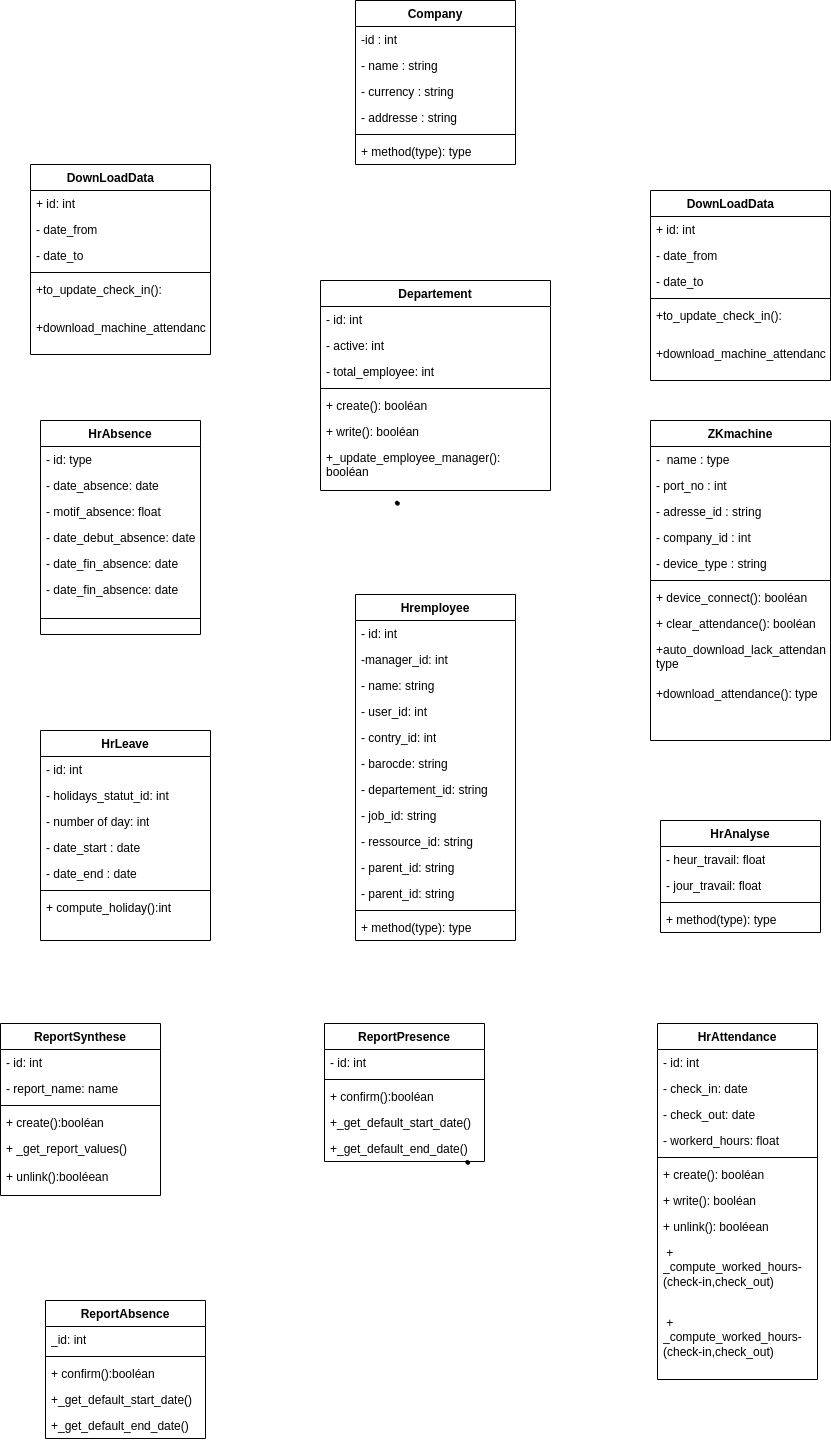
Earlier version of the draw.io export static/Diagramme de classe.drawio.png (Siluearsene/borne_biometrique). Source tidied: cells renumbered, new cells last; positions are measured from the earlier drawing's top-left corner, leaving out a move shared by most shapes.
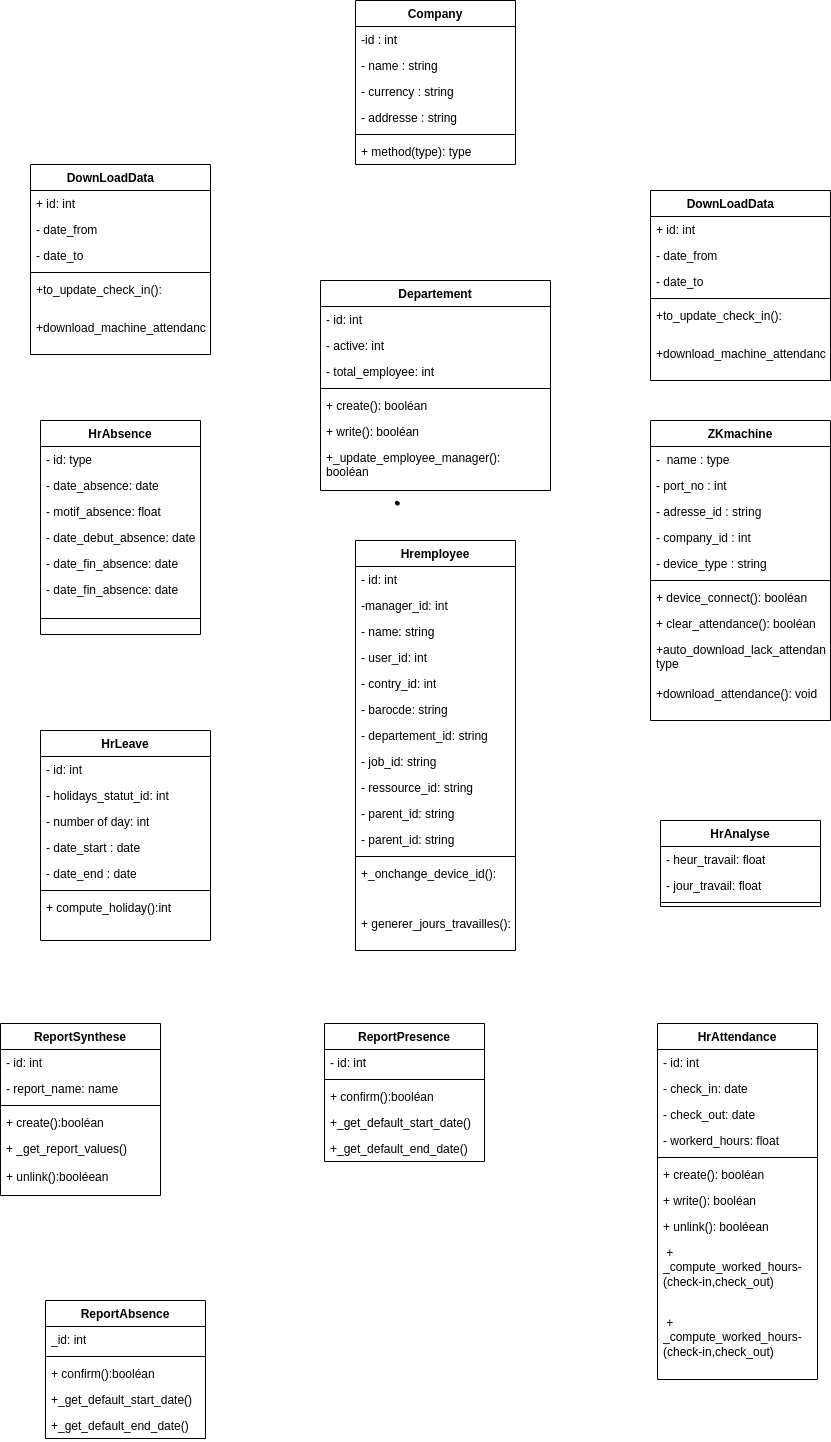
After the change.

Commit message:
Mettre à jour Diagramme de classe.drawio.png

What changed in the source:
```diff
@@ -27,7 +27,7 @@
       <mxGeometry y="182" width="160" height="32" as="geometry" />
     </mxCell>
     <mxCell id="10" value="ZKmachine" style="swimlane;fontStyle=1;align=center;verticalAlign=top;horizontal=1;startSize=26;whiteSpace=wrap;html=1;" parent="1" vertex="1">
-      <mxGeometry x="650" y="420" width="180" height="320" as="geometry" />
+      <mxGeometry x="650" y="420" width="180" height="300" as="geometry" />
     </mxCell>
     <mxCell id="11" value="-&amp;nbsp; name : type&amp;nbsp;" style="text;strokeColor=none;fillColor=none;align=left;verticalAlign=top;spacingLeft=4;spacingRight=4;overflow=hidden;whiteSpace=wrap;html=1;" parent="10" vertex="1">
       <mxGeometry y="26" width="180" height="26" as="geometry" />
@@ -56,8 +56,8 @@
     <mxCell id="19" value="+auto_download_lack_attendance&lt;span style=&quot;background-color: initial;&quot;&gt;(): type&lt;/span&gt;" style="text;strokeColor=none;fillColor=none;align=left;verticalAlign=top;spacingLeft=4;spacingRight=4;overflow=hidden;whiteSpace=wrap;html=1;" parent="10" vertex="1">
       <mxGeometry y="216" width="180" height="44" as="geometry" />
     </mxCell>
-    <mxCell id="20" value="+download_attendance&lt;span style=&quot;background-color: initial;&quot;&gt;(): type&lt;/span&gt;" style="text;strokeColor=none;fillColor=none;align=left;verticalAlign=top;spacingLeft=4;spacingRight=4;overflow=hidden;whiteSpace=wrap;html=1;" parent="10" vertex="1">
-      <mxGeometry y="260" width="180" height="60" as="geometry" />
+    <mxCell id="20" value="+download_attendance&lt;span style=&quot;background-color: initial;&quot;&gt;(): void&lt;/span&gt;" style="text;strokeColor=none;fillColor=none;align=left;verticalAlign=top;spacingLeft=4;spacingRight=4;overflow=hidden;whiteSpace=wrap;html=1;" parent="10" vertex="1">
+      <mxGeometry y="260" width="180" height="40" as="geometry" />
     </mxCell>
     <mxCell id="21" value="HrLeave" style="swimlane;fontStyle=1;align=center;verticalAlign=top;horizontal=1;startSize=26;whiteSpace=wrap;html=1;" parent="1" vertex="1">
       <mxGeometry x="40" y="730" width="170" height="210" as="geometry" />
@@ -84,7 +84,7 @@
       <mxGeometry y="164" width="170" height="46" as="geometry" />
     </mxCell>
     <mxCell id="29" value="HrAnalyse" style="swimlane;fontStyle=1;align=center;verticalAlign=top;horizontal=1;startSize=26;whiteSpace=wrap;html=1;" parent="1" vertex="1">
-      <mxGeometry x="660" y="820" width="160" height="112" as="geometry" />
+      <mxGeometry x="660" y="820" width="160" height="86" as="geometry" />
     </mxCell>
     <mxCell id="30" value="- heur_travail: float" style="text;strokeColor=none;fillColor=none;align=left;verticalAlign=top;spacingLeft=4;spacingRight=4;overflow=hidden;whiteSpace=wrap;html=1;" parent="29" vertex="1">
       <mxGeometry y="26" width="160" height="26" as="geometry" />
@@ -95,11 +95,8 @@
     <mxCell id="32" style="line;strokeWidth=1;fillColor=none;align=left;verticalAlign=middle;spacingTop=-1;spacingLeft=3;spacingRight=3;labelPosition=right;strokeColor=inherit;" parent="29" vertex="1">
       <mxGeometry y="78" width="160" height="8" as="geometry" />
     </mxCell>
-    <mxCell id="33" value="+ method(type): type" style="text;strokeColor=none;fillColor=none;align=left;verticalAlign=top;spacingLeft=4;spacingRight=4;overflow=hidden;whiteSpace=wrap;html=1;" parent="29" vertex="1">
-      <mxGeometry y="86" width="160" height="26" as="geometry" />
-    </mxCell>
     <mxCell id="34" value="Hremployee" style="swimlane;fontStyle=1;align=center;verticalAlign=top;horizontal=1;startSize=26;whiteSpace=wrap;html=1;" parent="1" vertex="1">
-      <mxGeometry x="355" y="594" width="160" height="346" as="geometry" />
+      <mxGeometry x="355" y="540" width="160" height="410" as="geometry" />
     </mxCell>
     <mxCell id="35" value="- id: int" style="text;strokeColor=none;fillColor=none;align=left;verticalAlign=top;spacingLeft=4;spacingRight=4;overflow=hidden;whiteSpace=wrap;html=1;" parent="34" vertex="1">
       <mxGeometry y="26" width="160" height="26" as="geometry" />
@@ -137,9 +134,12 @@
     <mxCell id="46" style="line;strokeWidth=1;fillColor=none;align=left;verticalAlign=middle;spacingTop=-1;spacingLeft=3;spacingRight=3;labelPosition=right;strokeColor=inherit;" parent="34" vertex="1">
       <mxGeometry y="312" width="160" height="8" as="geometry" />
     </mxCell>
-    <mxCell id="47" value="+ method(type): type" style="text;strokeColor=none;fillColor=none;align=left;verticalAlign=top;spacingLeft=4;spacingRight=4;overflow=hidden;whiteSpace=wrap;html=1;" parent="34" vertex="1">
-      <mxGeometry y="320" width="160" height="26" as="geometry" />
+    <mxCell id="47" value="+_onchange_device_id()&lt;span style=&quot;background-color: initial;&quot;&gt;:&lt;/span&gt;" style="text;strokeColor=none;fillColor=none;align=left;verticalAlign=top;spacingLeft=4;spacingRight=4;overflow=hidden;whiteSpace=wrap;html=1;" parent="34" vertex="1">
+      <mxGeometry y="320" width="160" height="50" as="geometry" />
     </mxCell>
+    <mxCell id="109" value="+&amp;nbsp;generer_jours_travailles():" style="text;strokeColor=none;fillColor=none;align=left;verticalAlign=top;spacingLeft=4;spacingRight=4;overflow=hidden;whiteSpace=wrap;html=1;" parent="34" vertex="1">
+      <mxGeometry y="370" width="160" height="40" as="geometry" />
+    </mxCell>
     <mxCell id="48" value="HrAttendance" style="swimlane;fontStyle=1;align=center;verticalAlign=top;horizontal=1;startSize=26;whiteSpace=wrap;html=1;" parent="1" vertex="1">
       <mxGeometry x="657" y="1023" width="160" height="356" as="geometry" />
     </mxCell>
@@ -299,9 +299,6 @@
     <mxCell id="100" style="shape=(stored shape, 640 characters);lineShape=1;" parent="1" vertex="1">
       <mxGeometry x="394.9" y="500.7" width="3.7" height="3.7" as="geometry" />
     </mxCell>
-    <mxCell id="101" style="shape=(stored shape, 640 characters);lineShape=1;" parent="1" vertex="1">
-      <mxGeometry x="465.3" y="1159.9" width="3.7" height="3.7" as="geometry" />
-    </mxCell>
     <mxCell id="102" value="Company" style="swimlane;fontStyle=1;align=center;verticalAlign=top;horizontal=1;startSize=26;whiteSpace=wrap;html=1;" parent="1" vertex="1">
       <mxGeometry x="355" width="160" height="164" as="geometry" />
     </mxCell>
```
